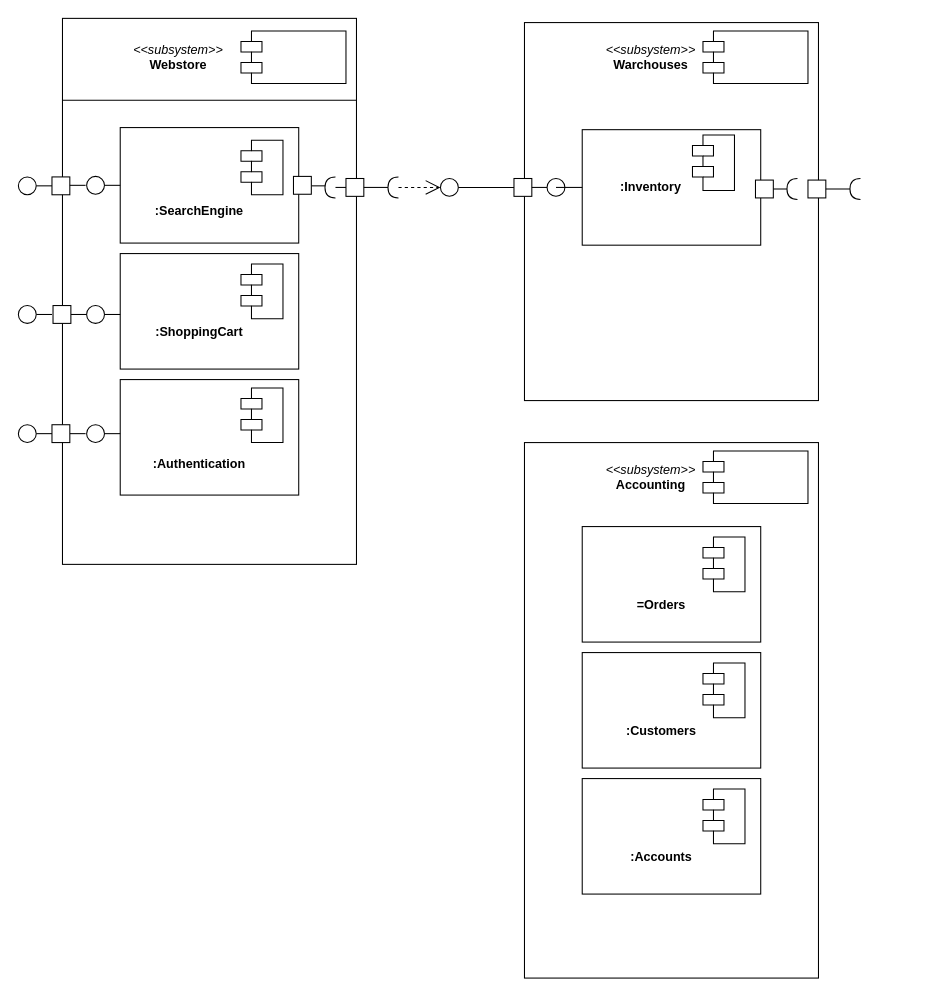
The draw.io diagram First-UML.drawio in KacperLudwiczak/First-UML, before the edit. Source tidied: cells renumbered, new cells numbered last; positions are measured from the earlier drawing's top-left corner, leaving out a move shared by most shapes. Both pictures are drawn from the tidied source at 105%, with x=0, y=0 at pixel (18, 18).
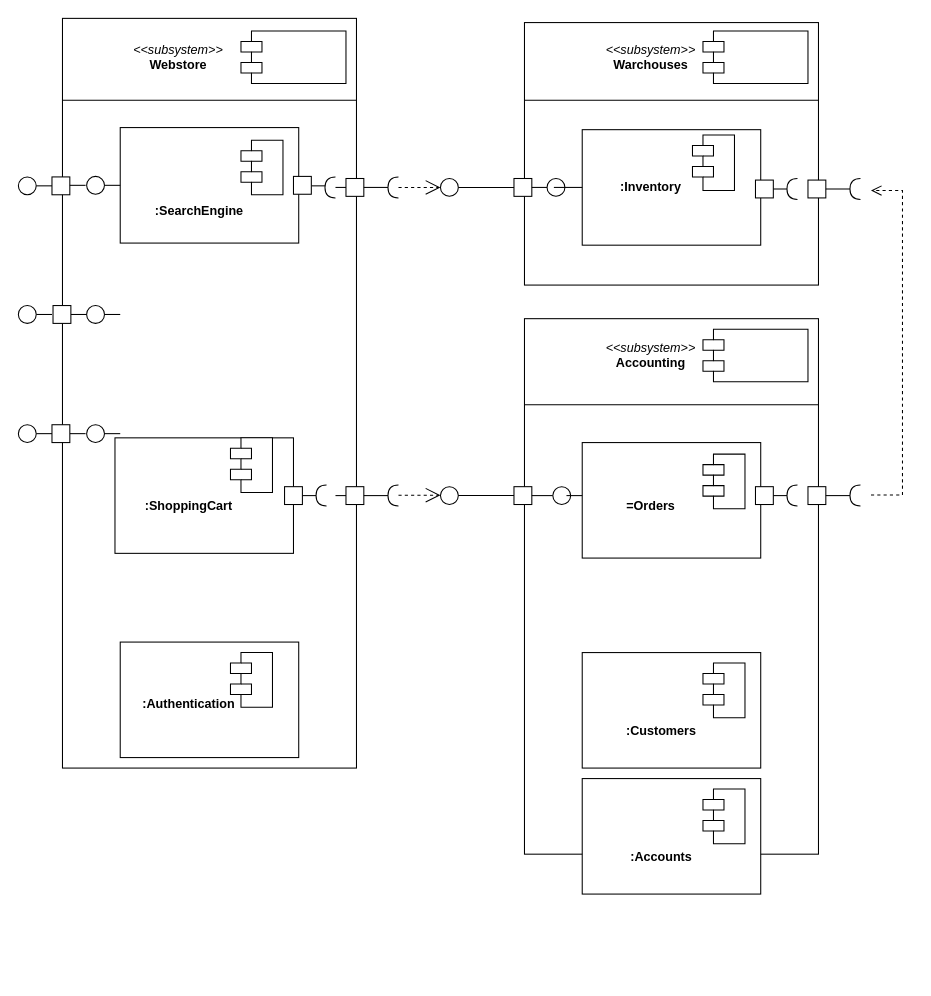
After the change.

The edit, as a diff of the source:
```diff
@@
     <mxCell id="2" style="html=1;whiteSpace=wrap;" parent="1" vertex="1">
-      <mxGeometry x="42" width="280" height="520" as="geometry" />
+      <mxGeometry x="42" width="280" height="714" as="geometry" />
     </mxCell>
@@
     <mxCell id="5" style="html=1;whiteSpace=wrap;" parent="1" vertex="1">
-      <mxGeometry x="482" y="4" width="280" height="360" as="geometry" />
+      <mxGeometry x="482" y="4" width="280" height="250" as="geometry" />
     </mxCell>
@@
     <mxCell id="11" style="html=1;whiteSpace=wrap;" parent="1" vertex="1">
-      <mxGeometry x="482" y="404" width="280" height="510" as="geometry" />
+      <mxGeometry x="482" y="286" width="280" height="510" as="geometry" />
     </mxCell>
     <mxCell id="12" value="&lt;i style=&quot;font-weight: 400; text-wrap-mode: wrap;&quot;&gt;&amp;lt;&amp;lt;subsystem&amp;gt;&amp;gt;&lt;/i&gt;&lt;br style=&quot;font-weight: 400; text-wrap-mode: wrap;&quot;&gt;&lt;span style=&quot;text-wrap-mode: wrap;&quot;&gt;Accounting&lt;/span&gt;" style="text;align=center;fontStyle=1;verticalAlign=middle;spacingLeft=3;spacingRight=3;strokeColor=none;html=1;" parent="1" vertex="1">
-      <mxGeometry x="562" y="424" width="80" height="26" as="geometry" />
+      <mxGeometry x="562" y="308" width="80" height="26" as="geometry" />
     </mxCell>
     <mxCell id="13" style="shape=module;align=left;spacingLeft=20;align=center;verticalAlign=top;whiteSpace=wrap;html=1;" parent="1" vertex="1">
-      <mxGeometry x="652" y="412" width="100" height="50" as="geometry" />
+      <mxGeometry x="652" y="296" width="100" height="50" as="geometry" />
     </mxCell>
     <mxCell id="14" style="html=1;whiteSpace=wrap;" parent="1" vertex="1">
-      <mxGeometry x="537" y="484" width="170" height="110" as="geometry" />
+      <mxGeometry x="537" y="404" width="170" height="110" as="geometry" />
     </mxCell>
     <mxCell id="15" value="&lt;span style=&quot;text-wrap-mode: wrap;&quot;&gt;=Orders&lt;/span&gt;" style="text;align=center;fontStyle=1;verticalAlign=middle;spacingLeft=3;spacingRight=3;strokeColor=none;html=1;" parent="1" vertex="1">
-      <mxGeometry x="572" y="546" width="80" height="26" as="geometry" />
+      <mxGeometry x="562" y="451.5" width="80" height="26" as="geometry" />
     </mxCell>
     <mxCell id="16" style="shape=module;align=left;spacingLeft=20;align=center;verticalAlign=top;whiteSpace=wrap;html=1;" parent="1" vertex="1">
-      <mxGeometry x="652" y="494" width="40" height="52" as="geometry" />
+      <mxGeometry x="652" y="415" width="40" height="52" as="geometry" />
     </mxCell>
@@
     <mxCell id="26" style="html=1;whiteSpace=wrap;" parent="1" vertex="1">
-      <mxGeometry x="97" y="224" width="170" height="110" as="geometry" />
+      <mxGeometry x="92" y="399.5" width="170" height="110" as="geometry" />
     </mxCell>
     <mxCell id="27" style="html=1;whiteSpace=wrap;" parent="1" vertex="1">
-      <mxGeometry x="97" y="344" width="170" height="110" as="geometry" />
+      <mxGeometry x="97" y="594" width="170" height="110" as="geometry" />
     </mxCell>
     <mxCell id="28" style="shape=module;align=left;spacingLeft=20;align=center;verticalAlign=top;whiteSpace=wrap;html=1;" parent="1" vertex="1">
-      <mxGeometry x="212" y="234" width="40" height="52" as="geometry" />
+      <mxGeometry x="202" y="399.5" width="40" height="52" as="geometry" />
     </mxCell>
     <mxCell id="29" style="shape=module;align=left;spacingLeft=20;align=center;verticalAlign=top;whiteSpace=wrap;html=1;" parent="1" vertex="1">
-      <mxGeometry x="212" y="352" width="40" height="52" as="geometry" />
+      <mxGeometry x="202" y="604" width="40" height="52" as="geometry" />
     </mxCell>
     <mxCell id="30" value="&lt;span style=&quot;text-wrap-mode: wrap;&quot;&gt;:ShoppingCart&lt;/span&gt;" style="text;align=center;fontStyle=1;verticalAlign=middle;spacingLeft=3;spacingRight=3;strokeColor=none;html=1;" parent="1" vertex="1">
-      <mxGeometry x="132" y="286" width="80" height="26" as="geometry" />
+      <mxGeometry x="122" y="451.5" width="80" height="26" as="geometry" />
     </mxCell>
     <mxCell id="31" value="&lt;span style=&quot;text-wrap-mode: wrap;&quot;&gt;:Authentication&lt;/span&gt;" style="text;align=center;fontStyle=1;verticalAlign=middle;spacingLeft=3;spacingRight=3;strokeColor=none;html=1;" parent="1" vertex="1">
-      <mxGeometry x="132" y="412" width="80" height="26" as="geometry" />
+      <mxGeometry x="122" y="640" width="80" height="26" as="geometry" />
     </mxCell>
@@
-    <mxCell id="64" style="line;strokeWidth=1;fillColor=none;align=left;verticalAlign=middle;spacingTop=-1;spacingLeft=3;spacingRight=3;labelPosition=right;strokeColor=inherit;" parent="1" vertex="1">
-      <mxGeometry x="512" y="157" width="25" height="8" as="geometry" />
-    </mxCell>
@@
+    <mxCell id="71" style="line;strokeWidth=1;fillColor=none;align=left;verticalAlign=middle;spacingTop=-1;spacingLeft=3;spacingRight=3;labelPosition=right;strokeColor=inherit;" parent="1" vertex="1">
+      <mxGeometry x="482" y="74" width="280" height="8" as="geometry" />
+    </mxCell>
+    <mxCell id="72" style="line;strokeWidth=1;fillColor=none;align=left;verticalAlign=middle;spacingTop=-1;spacingLeft=3;spacingRight=3;labelPosition=right;strokeColor=inherit;" parent="1" vertex="1">
+      <mxGeometry x="482" y="364" width="280" height="8" as="geometry" />
+    </mxCell>
+    <mxCell id="73" style="whiteSpace=wrap;html=1;" parent="1" vertex="1">
+      <mxGeometry x="253.5" y="446" width="17" height="17" as="geometry" />
+    </mxCell>
+    <mxCell id="74" style="line;strokeWidth=1;fillColor=none;align=left;verticalAlign=middle;spacingTop=-1;spacingLeft=3;spacingRight=3;labelPosition=right;strokeColor=inherit;" parent="1" vertex="1">
+      <mxGeometry x="270.5" y="450.5" width="13" height="8" as="geometry" />
+    </mxCell>
+    <mxCell id="75" style="shape=requiredInterface;html=1;verticalLabelPosition=bottom;sketch=0;rotation=-180;" parent="1" vertex="1">
+      <mxGeometry x="283.5" y="444.5" width="10" height="20" as="geometry" />
+    </mxCell>
+    <mxCell id="76" style="whiteSpace=wrap;html=1;" parent="1" vertex="1">
+      <mxGeometry x="312" y="446" width="17" height="17" as="geometry" />
+    </mxCell>
+    <mxCell id="77" style="line;strokeWidth=1;fillColor=none;align=left;verticalAlign=middle;spacingTop=-1;spacingLeft=3;spacingRight=3;labelPosition=right;strokeColor=inherit;" parent="1" vertex="1">
+      <mxGeometry x="302" y="450.5" width="10" height="8" as="geometry" />
+    </mxCell>
+    <mxCell id="78" style="line;strokeWidth=1;fillColor=none;align=left;verticalAlign=middle;spacingTop=-1;spacingLeft=3;spacingRight=3;labelPosition=right;strokeColor=inherit;" parent="1" vertex="1">
+      <mxGeometry x="329" y="450.5" width="23" height="8" as="geometry" />
+    </mxCell>
+    <mxCell id="79" style="shape=requiredInterface;html=1;verticalLabelPosition=bottom;sketch=0;rotation=-180;" parent="1" vertex="1">
+      <mxGeometry x="352" y="444.5" width="10" height="20" as="geometry" />
+    </mxCell>
+    <mxCell id="80" style="endArrow=open;endSize=12;dashed=1;html=1;rounded=0;exitX=0;exitY=0.5;exitDx=0;exitDy=0;exitPerimeter=0;" parent="1" edge="1">
+      <mxGeometry relative="1" as="geometry">
+        <mxPoint x="362" y="454.1" as="sourcePoint" />
+        <mxPoint x="402" y="454.1" as="targetPoint" />
+      </mxGeometry>
+    </mxCell>
+    <mxCell id="81" style="ellipse;whiteSpace=wrap;html=1;" parent="1" vertex="1">
+      <mxGeometry x="402" y="446" width="17" height="17" as="geometry" />
+    </mxCell>
+    <mxCell id="82" style="whiteSpace=wrap;html=1;" parent="1" vertex="1">
+      <mxGeometry x="472" y="446" width="17" height="17" as="geometry" />
+    </mxCell>
+    <mxCell id="83" style="line;strokeWidth=1;fillColor=none;align=left;verticalAlign=middle;spacingTop=-1;spacingLeft=3;spacingRight=3;labelPosition=right;strokeColor=inherit;" parent="1" vertex="1">
+      <mxGeometry x="419" y="450.5" width="53" height="8" as="geometry" />
+    </mxCell>
+    <mxCell id="84" style="line;strokeWidth=1;fillColor=none;align=left;verticalAlign=middle;spacingTop=-1;spacingLeft=3;spacingRight=3;labelPosition=right;strokeColor=inherit;" parent="1" vertex="1">
+      <mxGeometry x="489" y="450.5" width="20" height="8" as="geometry" />
+    </mxCell>
+    <mxCell id="85" style="ellipse;whiteSpace=wrap;html=1;" parent="1" vertex="1">
+      <mxGeometry x="509" y="446" width="17" height="17" as="geometry" />
+    </mxCell>
+    <mxCell id="86" style="line;strokeWidth=1;fillColor=none;align=left;verticalAlign=middle;spacingTop=-1;spacingLeft=3;spacingRight=3;labelPosition=right;strokeColor=inherit;" parent="1" vertex="1">
+      <mxGeometry x="510" y="157" width="27" height="8" as="geometry" />
+    </mxCell>
+    <mxCell id="87" style="whiteSpace=wrap;html=1;" parent="1" vertex="1">
+      <mxGeometry x="702" y="446" width="17" height="17" as="geometry" />
+    </mxCell>
+    <mxCell id="88" style="line;strokeWidth=1;fillColor=none;align=left;verticalAlign=middle;spacingTop=-1;spacingLeft=3;spacingRight=3;labelPosition=right;strokeColor=inherit;" parent="1" vertex="1">
+      <mxGeometry x="719" y="450.5" width="13" height="8" as="geometry" />
+    </mxCell>
+    <mxCell id="89" style="shape=requiredInterface;html=1;verticalLabelPosition=bottom;sketch=0;rotation=-180;" parent="1" vertex="1">
+      <mxGeometry x="732" y="444.5" width="10" height="20" as="geometry" />
+    </mxCell>
+    <mxCell id="90" style="whiteSpace=wrap;html=1;" parent="1" vertex="1">
+      <mxGeometry x="752" y="446" width="17" height="17" as="geometry" />
+    </mxCell>
+    <mxCell id="91" style="line;strokeWidth=1;fillColor=none;align=left;verticalAlign=middle;spacingTop=-1;spacingLeft=3;spacingRight=3;labelPosition=right;strokeColor=inherit;" parent="1" vertex="1">
+      <mxGeometry x="522" y="450.5" width="15" height="8" as="geometry" />
+    </mxCell>
+    <mxCell id="92" style="line;strokeWidth=1;fillColor=none;align=left;verticalAlign=middle;spacingTop=-1;spacingLeft=3;spacingRight=3;labelPosition=right;strokeColor=inherit;" parent="1" vertex="1">
+      <mxGeometry x="769" y="450.5" width="23" height="8" as="geometry" />
+    </mxCell>
+    <mxCell id="93" style="shape=requiredInterface;html=1;verticalLabelPosition=bottom;sketch=0;rotation=-180;" parent="1" vertex="1">
+      <mxGeometry x="792" y="444.5" width="10" height="20" as="geometry" />
+    </mxCell>
+    <mxCell id="94" style="html=1;verticalAlign=bottom;endArrow=open;dashed=1;endSize=8;curved=0;rounded=0;" parent="1" edge="1">
+      <mxGeometry relative="1" as="geometry">
+        <mxPoint x="812" y="454" as="sourcePoint" />
+        <mxPoint x="812" y="164" as="targetPoint" />
+        <Array as="points">
+          <mxPoint x="842" y="454" />
+          <mxPoint x="842" y="164" />
+        </Array>
+      </mxGeometry>
+    </mxCell>
```
